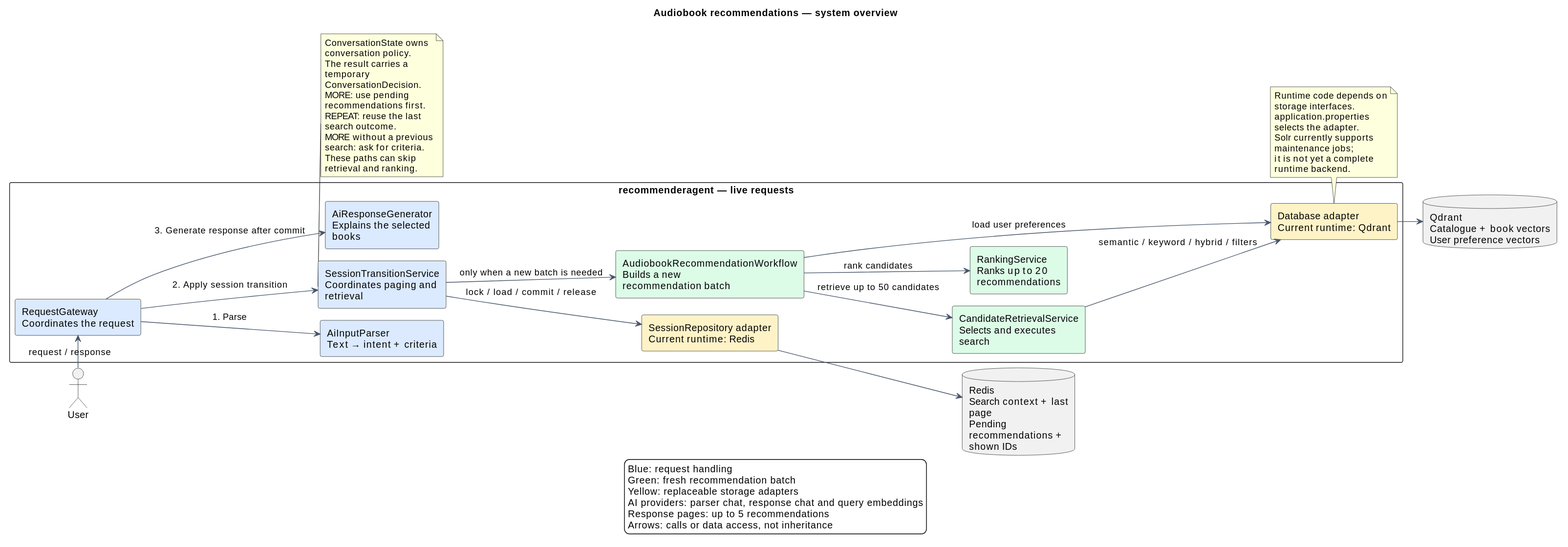
This is docs/diagrams/system-overview.svg from Juliu9/IT-Project, a PlantUML export, as it was before one commit.
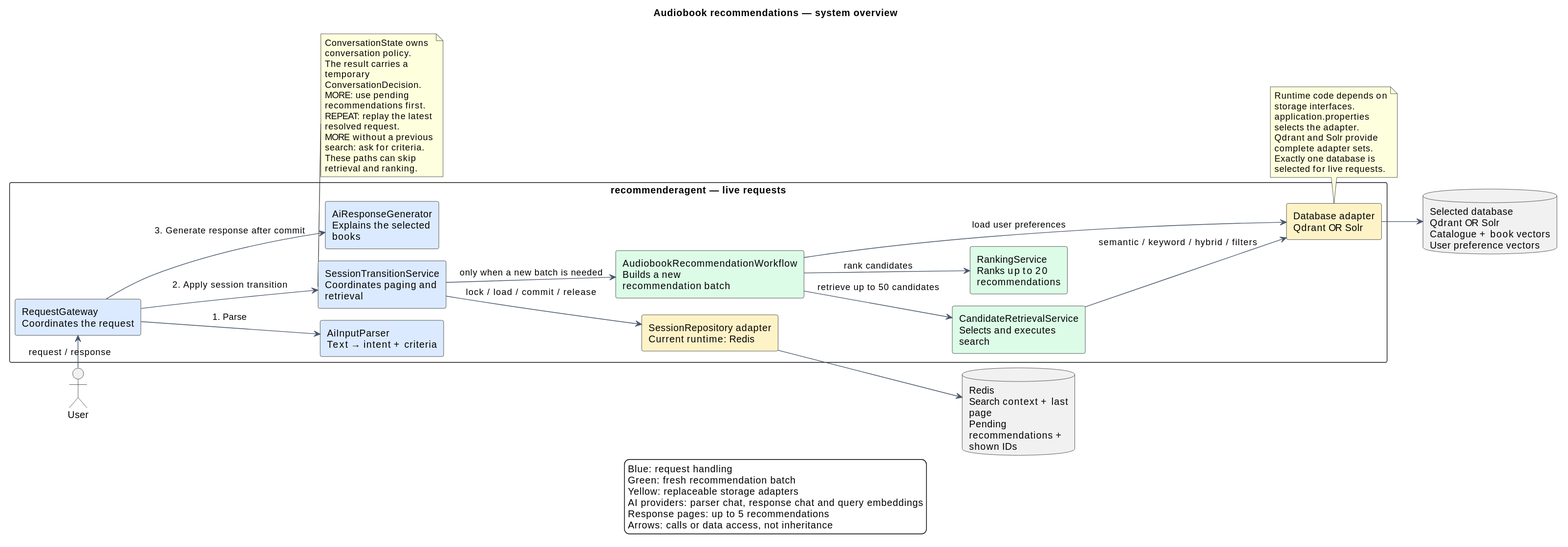
After the commit.

Commit message:
Verify Solr personalisation end to end and document backend setup

What changed in the source:
```diff
@@ -19,10 +19,10 @@
   component "CandidateRetrievalService\nSelects and executes search" as Retrieval #DCFCE7
   component "RankingService\nRanks up to 20 recommendations" as Ranking #DCFCE7
   component "AiResponseGenerator\nExplains the selected books" as Response #DBEAFE
-  component "Database adapter\nCurrent runtime: Qdrant" as Adapter #FEF3C7
+  component "Database adapter\nQdrant OR Solr" as Adapter #FEF3C7
   component "SessionRepository adapter\nCurrent runtime: Redis" as SessionStore #FEF3C7
 }
-database "Qdrant\nCatalogue + book vectors\nUser preference vectors" as Qdrant
+database "Selected database\nQdrant OR Solr\nCatalogue + book vectors\nUser preference vectors" as Qdrant
 database "Redis\nSearch context + last page\nPending recommendations + shown IDs" as Redis
 
 User -right-> Gateway : request / response
@@ -42,15 +42,15 @@
   ConversationState owns conversation policy.
   The result carries a temporary ConversationDecision.
   MORE: use pending recommendations first.
-  REPEAT: reuse the last search outcome.
+  REPEAT: replay the latest resolved request.
   MORE without a previous search: ask for criteria.
   These paths can skip retrieval and ranking.
 end note
 note bottom of Adapter
   Runtime code depends on storage interfaces.
   application.properties selects the adapter.
-  Solr currently supports maintenance jobs;
-  it is not yet a complete runtime backend.
+  Qdrant and Solr provide complete adapter sets.
+  Exactly one database is selected for live requests.
 end note
 legend bottom
   Blue: request handling
```
